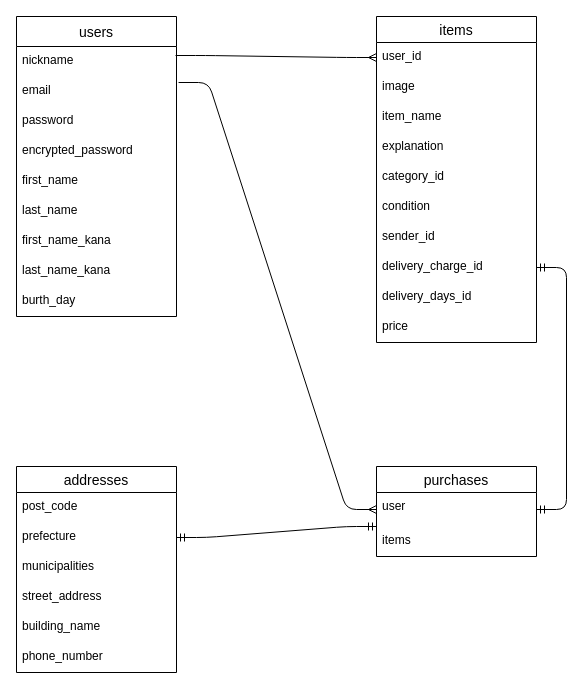
Before: furima-39678.dio in Naoya-kitamoto/furima-39678, a draw.io diagram. Source tidied: cells renumbered, new cells numbered last; positions are measured from the earlier drawing's top-left corner, leaving out a move shared by most shapes. Both pictures are drawn from the tidied source at 100%, with x=0, y=0 at pixel (16, 16).
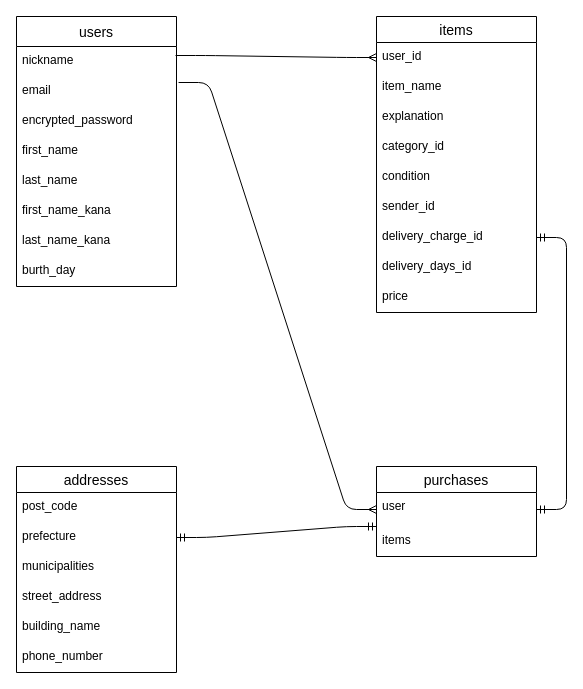
Above is the later version.

Commit message (it also covers changes not shown here):
プルリクエストの指摘箇所の修正

The change refers to these unchanged cells:
```xml
<mxCell id="3" value="nickname" style="text;strokeColor=none;fillColor=none;spacingLeft=4;spacingRight=4;overflow=hidden;points=[[0,0.5],[1,0.5]];portConstraint=eastwest;fontSize=12;" parent="2" vertex="1">
  <mxGeometry y="30" width="160" height="30" as="geometry" />
</mxCell>
```

What changed in the source:
```diff
@@
     <mxCell id="2" value="users" style="swimlane;fontStyle=0;horizontal=1;startSize=30;align=center;fontSize=14;" parent="1" vertex="1">
-      <mxGeometry width="160" height="300" as="geometry" />
+      <mxGeometry width="160" height="270" as="geometry" />
     </mxCell>
@@
-    <mxCell id="5" value="password" style="text;strokeColor=none;fillColor=none;spacingLeft=4;spacingRight=4;overflow=hidden;fontSize=12;" parent="2" vertex="1">
-      <mxGeometry y="90" width="160" height="30" as="geometry" />
-    </mxCell>
     <mxCell id="6" value="encrypted_password" style="text;strokeColor=none;fillColor=none;spacingLeft=4;spacingRight=4;overflow=hidden;fontSize=12;" parent="2" vertex="1">
-      <mxGeometry y="120" width="160" height="30" as="geometry" />
+      <mxGeometry y="90" width="160" height="30" as="geometry" />
     </mxCell>
     <mxCell id="7" value="first_name" style="text;strokeColor=none;fillColor=none;spacingLeft=4;spacingRight=4;overflow=hidden;fontSize=12;" parent="2" vertex="1">
-      <mxGeometry y="150" width="160" height="30" as="geometry" />
+      <mxGeometry y="120" width="160" height="30" as="geometry" />
     </mxCell>
     <mxCell id="8" value="last_name" style="text;strokeColor=none;fillColor=none;spacingLeft=4;spacingRight=4;overflow=hidden;fontSize=12;" parent="2" vertex="1">
-      <mxGeometry y="180" width="160" height="30" as="geometry" />
+      <mxGeometry y="150" width="160" height="30" as="geometry" />
     </mxCell>
     <mxCell id="9" value="first_name_kana" style="text;strokeColor=none;fillColor=none;spacingLeft=4;spacingRight=4;overflow=hidden;fontSize=12;" parent="2" vertex="1">
-      <mxGeometry y="210" width="160" height="30" as="geometry" />
+      <mxGeometry y="180" width="160" height="30" as="geometry" />
     </mxCell>
     <mxCell id="10" value="last_name_kana" style="text;strokeColor=none;fillColor=none;spacingLeft=4;spacingRight=4;overflow=hidden;fontSize=12;" parent="2" vertex="1">
-      <mxGeometry y="240" width="160" height="30" as="geometry" />
+      <mxGeometry y="210" width="160" height="30" as="geometry" />
     </mxCell>
     <mxCell id="11" value="burth_day" style="text;strokeColor=none;fillColor=none;spacingLeft=4;spacingRight=4;overflow=hidden;fontSize=12;" parent="2" vertex="1">
-      <mxGeometry y="270" width="160" height="30" as="geometry" />
+      <mxGeometry y="240" width="160" height="30" as="geometry" />
     </mxCell>
+    <mxCell id="23" style="edgeStyle=entityRelationEdgeStyle;fontSize=12;html=1;endArrow=ERmany;entryX=0;entryY=0.5;entryDx=0;entryDy=0;exitX=0.994;exitY=0.3;exitDx=0;exitDy=0;exitPerimeter=0;" parent="1" edge="1" source="3">
+      <mxGeometry relative="1" as="geometry">
+        <mxPoint x="360" y="41" as="targetPoint" />
+      </mxGeometry>
+    </mxCell>
     <mxCell id="12" value="items" style="swimlane;fontStyle=0;horizontal=1;startSize=26;align=center;fontSize=14;" parent="1" vertex="1">
-      <mxGeometry x="360" width="160" height="326" as="geometry" />
+      <mxGeometry x="360" width="160" height="296" as="geometry" />
     </mxCell>
@@
-    <mxCell id="14" value="image" style="text;strokeColor=none;fillColor=none;spacingLeft=4;spacingRight=4;overflow=hidden;fontSize=12;" parent="12" vertex="1">
-      <mxGeometry y="56" width="160" height="30" as="geometry" />
-    </mxCell>
     <mxCell id="15" value="item_name" style="text;strokeColor=none;fillColor=none;spacingLeft=4;spacingRight=4;overflow=hidden;fontSize=12;" parent="12" vertex="1">
-      <mxGeometry y="86" width="160" height="30" as="geometry" />
+      <mxGeometry y="56" width="160" height="30" as="geometry" />
     </mxCell>
     <mxCell id="16" value="explanation" style="text;strokeColor=none;fillColor=none;spacingLeft=4;spacingRight=4;overflow=hidden;fontSize=12;" parent="12" vertex="1">
-      <mxGeometry y="116" width="160" height="30" as="geometry" />
+      <mxGeometry y="86" width="160" height="30" as="geometry" />
     </mxCell>
     <mxCell id="17" value="category_id" style="text;strokeColor=none;fillColor=none;spacingLeft=4;spacingRight=4;overflow=hidden;fontSize=12;" parent="12" vertex="1">
-      <mxGeometry y="146" width="160" height="30" as="geometry" />
+      <mxGeometry y="116" width="160" height="30" as="geometry" />
     </mxCell>
     <mxCell id="18" value="condition" style="text;strokeColor=none;fillColor=none;spacingLeft=4;spacingRight=4;overflow=hidden;fontSize=12;" parent="12" vertex="1">
-      <mxGeometry y="176" width="160" height="30" as="geometry" />
+      <mxGeometry y="146" width="160" height="30" as="geometry" />
     </mxCell>
     <mxCell id="19" value="sender_id" style="text;strokeColor=none;fillColor=none;spacingLeft=4;spacingRight=4;overflow=hidden;fontSize=12;" parent="12" vertex="1">
-      <mxGeometry y="206" width="160" height="30" as="geometry" />
+      <mxGeometry y="176" width="160" height="30" as="geometry" />
     </mxCell>
     <mxCell id="20" value="delivery_charge_id" style="text;strokeColor=none;fillColor=none;spacingLeft=4;spacingRight=4;overflow=hidden;points=[[0,0.5],[1,0.5]];portConstraint=eastwest;fontSize=12;" parent="12" vertex="1">
-      <mxGeometry y="236" width="160" height="30" as="geometry" />
+      <mxGeometry y="206" width="160" height="30" as="geometry" />
     </mxCell>
     <mxCell id="21" value="delivery_days_id" style="text;strokeColor=none;fillColor=none;spacingLeft=4;spacingRight=4;overflow=hidden;fontSize=12;" parent="12" vertex="1">
-      <mxGeometry y="266" width="160" height="30" as="geometry" />
+      <mxGeometry y="236" width="160" height="30" as="geometry" />
     </mxCell>
     <mxCell id="22" value="price" style="text;strokeColor=none;fillColor=none;spacingLeft=4;spacingRight=4;overflow=hidden;fontSize=12;" parent="12" vertex="1">
-      <mxGeometry y="296" width="160" height="30" as="geometry" />
+      <mxGeometry y="266" width="160" height="30" as="geometry" />
     </mxCell>
-    <mxCell id="23" style="edgeStyle=entityRelationEdgeStyle;fontSize=12;html=1;endArrow=ERmany;entryX=0;entryY=0.5;entryDx=0;entryDy=0;exitX=0.994;exitY=0.3;exitDx=0;exitDy=0;exitPerimeter=0;" parent="1" edge="1" source="3">
-      <mxGeometry relative="1" as="geometry">
-        <mxPoint x="360" y="41" as="targetPoint" />
-      </mxGeometry>
-    </mxCell>
```
